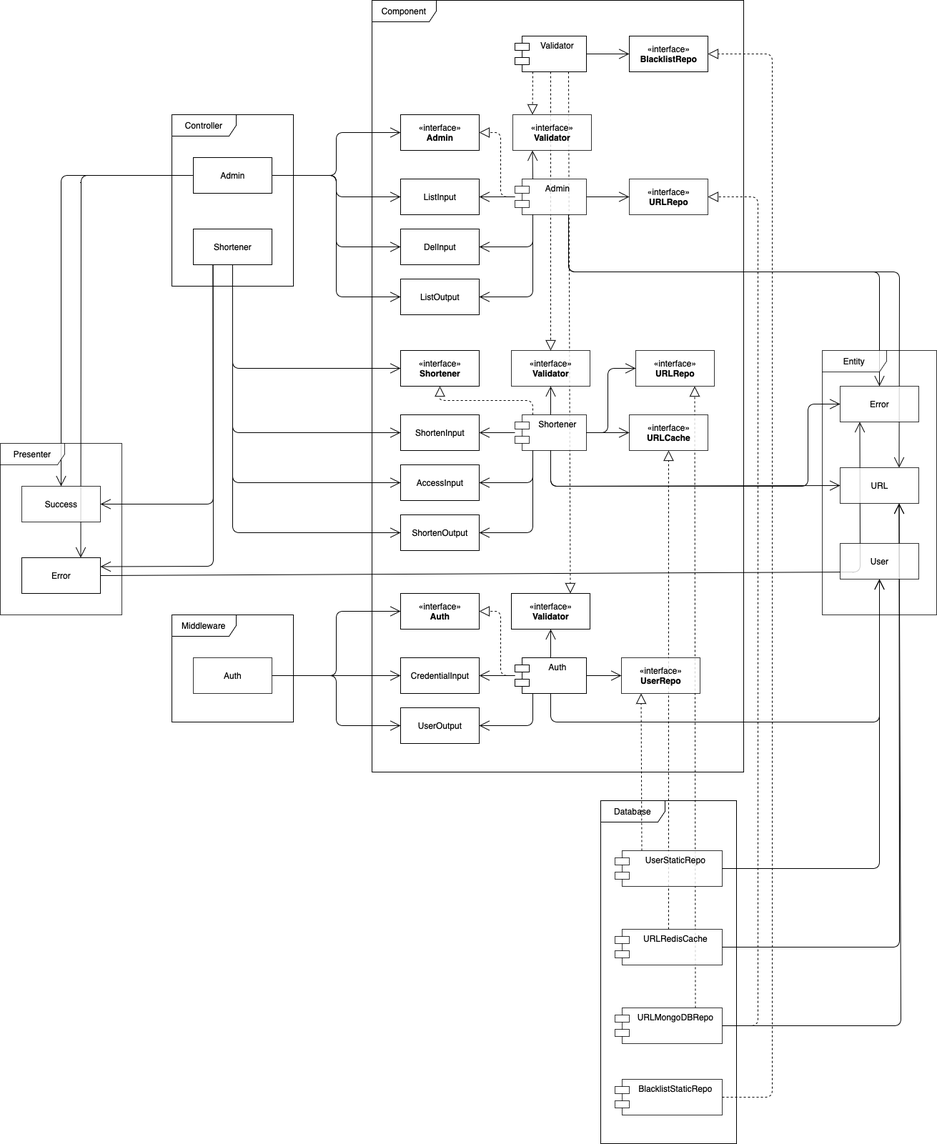
The draw.io diagram ComponentDiagram.png in justfordevandtest/url-shortener, before a commit. Source tidied: cells renumbered, new cells last; positions are measured from the earlier drawing's top-left corner, leaving out a move shared by most shapes.
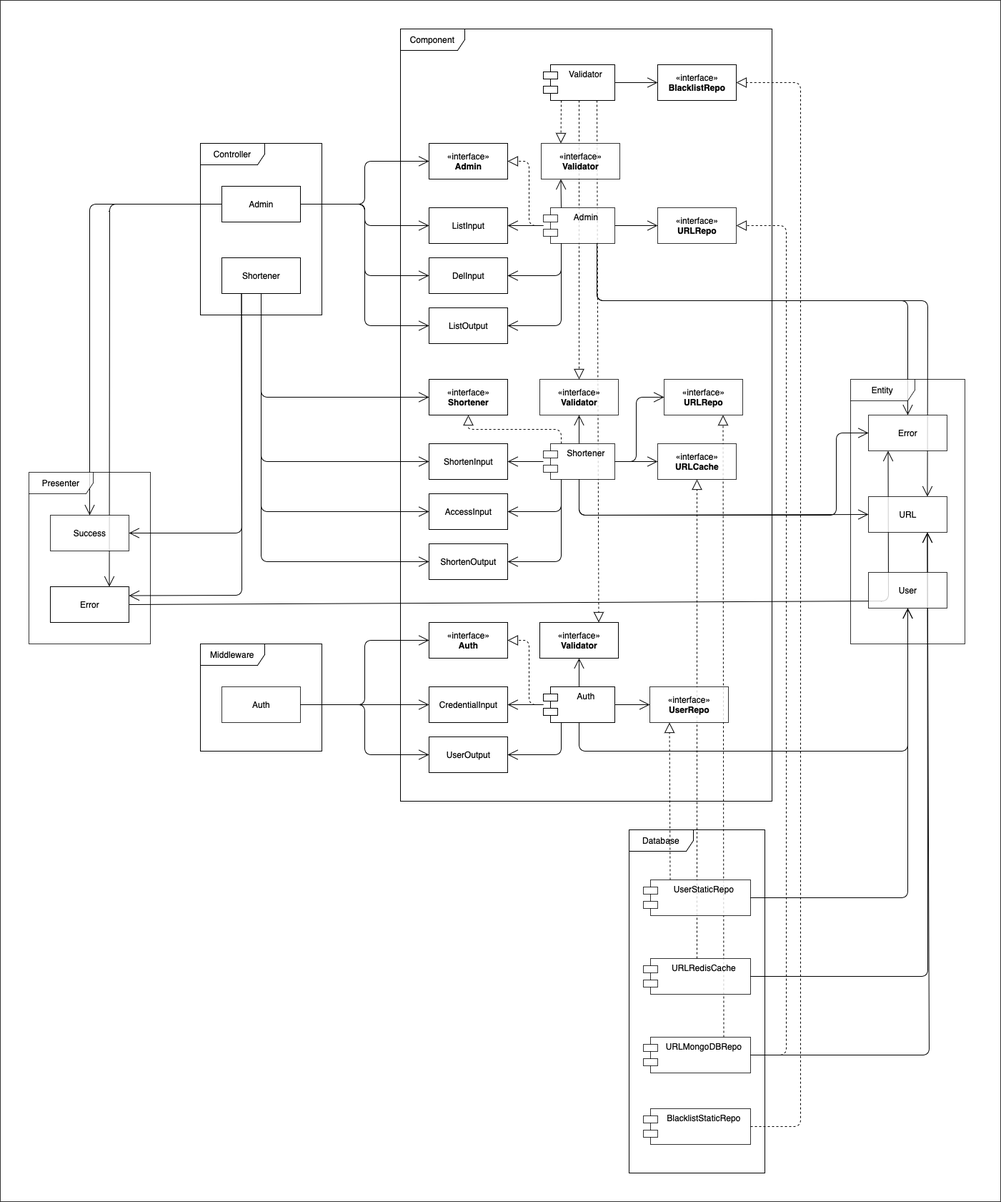
The same diagram one commit later.

Diff of the diagram source:
```diff
@@ -2,6 +2,9 @@
   <root>
     <mxCell id="0" />
     <mxCell id="1" parent="0" />
+    <mxCell id="94" style="rounded=0;whiteSpace=wrap;html=1;opacity=80;" parent="1" vertex="1">
+      <mxGeometry x="-40" y="-40" width="1400" height="1680" as="geometry" />
+    </mxCell>
     <mxCell id="2" value="Component" style="shape=umlFrame;whiteSpace=wrap;html=1;width=90;height=30;" parent="1" vertex="1">
       <mxGeometry x="520" width="520" height="1080" as="geometry" />
     </mxCell>
```
